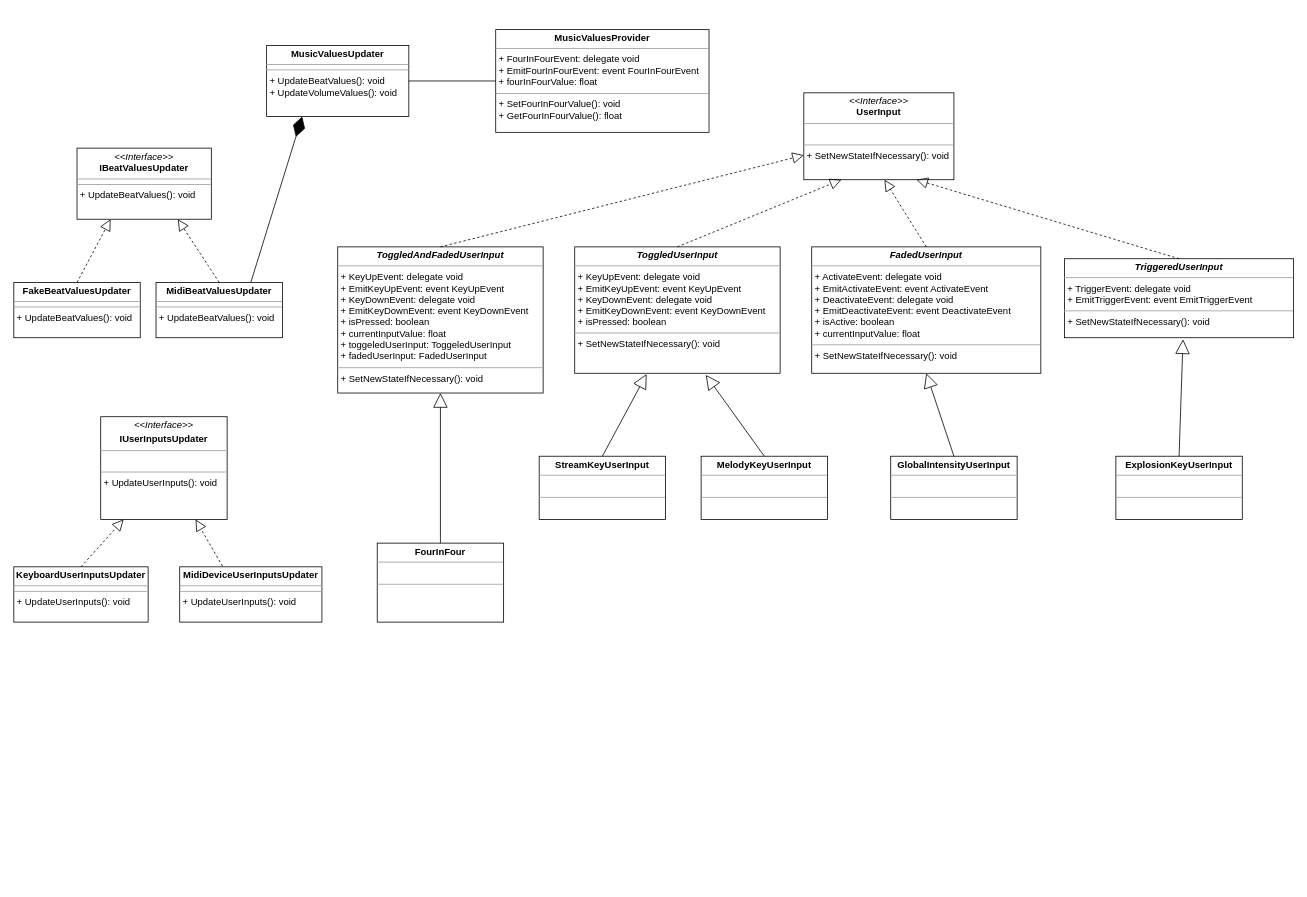
This is user_music_input_architecture.drawio from brogli/realtime-audioreactive-music-visualization, a draw.io file, before an edit. Source tidied: cells renumbered, new cells numbered last; positions are measured from the earlier drawing's top-left corner, leaving out a move shared by most shapes. Both pictures are drawn from the tidied source at 79%, with x=0, y=0 at pixel (13, 29).
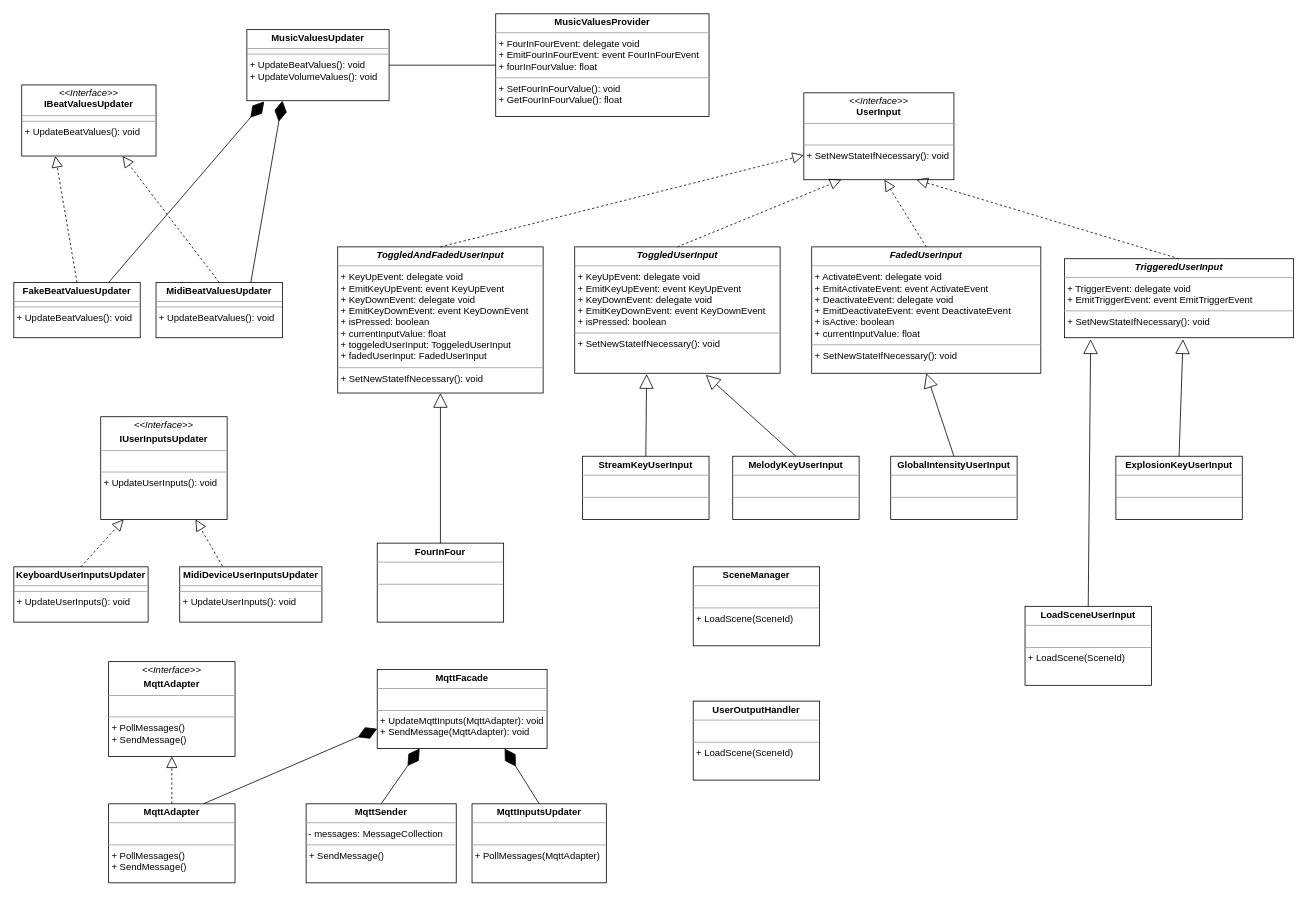
The same page after the edit.

The change refers to these unchanged cells:
```xml
<mxCell id="4" value="&lt;p style=&quot;margin: 0px ; margin-top: 4px ; text-align: center&quot;&gt;&lt;b&gt;FakeBeatValuesUpdater&lt;/b&gt;&lt;br&gt;&lt;/p&gt;&lt;hr size=&quot;1&quot;&gt;&lt;hr size=&quot;1&quot;&gt;&lt;p style=&quot;margin: 0px ; margin-left: 4px&quot;&gt;+ UpdateBeatValues(): void&lt;br&gt;&lt;/p&gt;" style="verticalAlign=top;align=left;overflow=fill;fontSize=12;fontFamily=Helvetica;html=1;" parent="1" vertex="1">
  <mxGeometry y="320" width="160" height="70" as="geometry" />
</mxCell>
<mxCell id="22" value="&lt;p style=&quot;margin: 0px ; margin-top: 4px ; text-align: center&quot;&gt;&lt;i&gt;&lt;b&gt;TriggeredUserInput&lt;/b&gt;&lt;/i&gt;&lt;/p&gt;&lt;hr size=&quot;1&quot;&gt;&lt;p style=&quot;margin: 0px ; margin-left: 4px&quot;&gt;+ TriggerEvent: delegate void&lt;/p&gt;&lt;p style=&quot;margin: 0px ; margin-left: 4px&quot;&gt;+ EmitTriggerEvent: event EmitTriggerEvent&lt;/p&gt;&lt;hr size=&quot;1&quot;&gt;&lt;p style=&quot;margin: 0px ; margin-left: 4px&quot;&gt;+ SetNewStateIfNecessary(): void&lt;br&gt;&lt;/p&gt;" style="verticalAlign=top;align=left;overflow=fill;fontSize=12;fontFamily=Helvetica;html=1;" parent="1" vertex="1">
  <mxGeometry x="1330" y="290" width="290" height="100" as="geometry" />
</mxCell>
```

Change to the diagram source:
```diff
@@
     <mxCell id="3" value="&lt;p style=&quot;margin: 0px ; margin-top: 4px ; text-align: center&quot;&gt;&lt;i&gt;&amp;lt;&amp;lt;Interface&amp;gt;&amp;gt;&lt;/i&gt;&lt;br&gt;&lt;b&gt;IBeatValuesUpdater&lt;/b&gt;&lt;/p&gt;&lt;hr size=&quot;1&quot;&gt;&lt;hr size=&quot;1&quot;&gt;&lt;p style=&quot;margin: 0px ; margin-left: 4px&quot;&gt;+ UpdateBeatValues(): void&lt;/p&gt;" style="verticalAlign=top;align=left;overflow=fill;fontSize=12;fontFamily=Helvetica;html=1;" parent="1" vertex="1">
-      <mxGeometry x="80" y="150" width="170" height="90" as="geometry" />
+      <mxGeometry x="10" y="70" width="170" height="90" as="geometry" />
     </mxCell>
@@
     <mxCell id="7" value="&lt;p style=&quot;margin: 0px ; margin-top: 4px ; text-align: center&quot;&gt;&lt;b&gt;MusicValuesUpdater&lt;/b&gt;&lt;br&gt;&lt;/p&gt;&lt;hr size=&quot;1&quot;&gt;&lt;hr size=&quot;1&quot;&gt;&lt;p style=&quot;margin: 0px ; margin-left: 4px&quot;&gt;+ UpdateBeatValues(): void&lt;/p&gt;&lt;p style=&quot;margin: 0px ; margin-left: 4px&quot;&gt;+ UpdateVolumeValues(): void&lt;/p&gt;" style="verticalAlign=top;align=left;overflow=fill;fontSize=12;fontFamily=Helvetica;html=1;" parent="1" vertex="1">
-      <mxGeometry x="320" y="20" width="180" height="90" as="geometry" />
+      <mxGeometry x="295" width="180" height="90" as="geometry" />
     </mxCell>
@@
     <mxCell id="9" value="&lt;p style=&quot;margin: 0px ; margin-top: 4px ; text-align: center&quot;&gt;&lt;b&gt;MusicValuesProvider&lt;/b&gt;&lt;/p&gt;&lt;hr size=&quot;1&quot;&gt;&lt;p style=&quot;margin: 0px ; margin-left: 4px&quot;&gt;+ FourInFourEvent: delegate void&lt;br&gt;&lt;/p&gt;&lt;p style=&quot;margin: 0px ; margin-left: 4px&quot;&gt;+ EmitFourInFourEvent: event FourInFourEvent&lt;br&gt;&lt;/p&gt;&lt;p style=&quot;margin: 0px ; margin-left: 4px&quot;&gt;+ fourInFourValue: float&lt;/p&gt;&lt;hr size=&quot;1&quot;&gt;&lt;p style=&quot;margin: 0px ; margin-left: 4px&quot;&gt;+ SetFourInFourValue(): void&lt;/p&gt;&lt;p style=&quot;margin: 0px ; margin-left: 4px&quot;&gt;+ GetFourInFourValue(): float&lt;/p&gt;" style="verticalAlign=top;align=left;overflow=fill;fontSize=12;fontFamily=Helvetica;html=1;" parent="1" vertex="1">
-      <mxGeometry x="610" width="270" height="130" as="geometry" />
+      <mxGeometry x="610" y="-20" width="270" height="130" as="geometry" />
     </mxCell>
@@
     <mxCell id="13" value="&lt;p style=&quot;margin: 0px ; margin-top: 4px ; text-align: center&quot;&gt;&lt;b&gt;MelodyKeyUserInput&lt;/b&gt;&lt;/p&gt;&lt;hr size=&quot;1&quot;&gt;&lt;p style=&quot;margin: 0px ; margin-left: 4px&quot;&gt;&lt;br&gt;&lt;/p&gt;&lt;hr size=&quot;1&quot;&gt;&lt;p style=&quot;margin: 0px ; margin-left: 4px&quot;&gt;&lt;br&gt;&lt;/p&gt;" style="verticalAlign=top;align=left;overflow=fill;fontSize=12;fontFamily=Helvetica;html=1;" parent="1" vertex="1">
-      <mxGeometry x="870" y="540" width="160" height="80" as="geometry" />
+      <mxGeometry x="910" y="540" width="160" height="80" as="geometry" />
     </mxCell>
@@
     <mxCell id="16" value="&lt;p style=&quot;margin: 0px ; margin-top: 4px ; text-align: center&quot;&gt;&lt;b&gt;StreamKeyUserInput&lt;/b&gt;&lt;/p&gt;&lt;hr size=&quot;1&quot;&gt;&lt;p style=&quot;margin: 0px ; margin-left: 4px&quot;&gt;&lt;br&gt;&lt;/p&gt;&lt;hr size=&quot;1&quot;&gt;&lt;p style=&quot;margin: 0px ; margin-left: 4px&quot;&gt;&lt;br&gt;&lt;/p&gt;" style="verticalAlign=top;align=left;overflow=fill;fontSize=12;fontFamily=Helvetica;html=1;" parent="1" vertex="1">
-      <mxGeometry x="665" y="540" width="160" height="80" as="geometry" />
+      <mxGeometry x="720" y="540" width="160" height="80" as="geometry" />
     </mxCell>
@@
+    <mxCell id="35" style="endArrow=diamondThin;endFill=1;endSize=24;html=1;exitX=0.75;exitY=0;exitDx=0;exitDy=0;entryX=0.122;entryY=1.011;entryDx=0;entryDy=0;entryPerimeter=0;" parent="1" edge="1" source="4" target="7">
+      <mxGeometry relative="1" as="geometry" />
+    </mxCell>
+    <mxCell id="36" value="&lt;p style=&quot;margin: 0px ; margin-top: 4px ; text-align: center&quot;&gt;&lt;b&gt;SceneManager&lt;/b&gt;&lt;/p&gt;&lt;hr size=&quot;1&quot;&gt;&lt;br&gt;&lt;hr size=&quot;1&quot;&gt;&lt;p style=&quot;margin: 0px ; margin-left: 4px&quot;&gt;+ LoadScene(SceneId)&lt;br&gt;&lt;/p&gt;" style="verticalAlign=top;align=left;overflow=fill;fontSize=12;fontFamily=Helvetica;html=1;" parent="1" vertex="1">
+      <mxGeometry x="860" y="680" width="160" height="100" as="geometry" />
+    </mxCell>
+    <mxCell id="37" value="&lt;p style=&quot;margin: 0px ; margin-top: 4px ; text-align: center&quot;&gt;&lt;b&gt;LoadSceneUserInput&lt;/b&gt;&lt;/p&gt;&lt;hr size=&quot;1&quot;&gt;&lt;br&gt;&lt;hr size=&quot;1&quot;&gt;&lt;p style=&quot;margin: 0px ; margin-left: 4px&quot;&gt;+ LoadScene(SceneId)&lt;br&gt;&lt;/p&gt;" style="verticalAlign=top;align=left;overflow=fill;fontSize=12;fontFamily=Helvetica;html=1;" parent="1" vertex="1">
+      <mxGeometry x="1280" y="730" width="160" height="100" as="geometry" />
+    </mxCell>
+    <mxCell id="38" value="Extends" style="endArrow=block;endSize=16;endFill=0;entryX=0.114;entryY=1.02;entryDx=0;entryDy=0;exitX=0.5;exitY=0;exitDx=0;exitDy=0;strokeColor=#000000;shadow=0;comic=0;textOpacity=0;fontColor=none;labelBackgroundColor=none;noLabel=1;entryPerimeter=0;" parent="1" edge="1" source="37" target="22">
+      <mxGeometry x="-0.05" relative="1" as="geometry" />
+    </mxCell>
+    <mxCell id="39" value="&lt;p style=&quot;margin: 0px ; margin-top: 4px ; text-align: center&quot;&gt;&lt;b&gt;MqttAdapter&lt;/b&gt;&lt;br&gt;&lt;/p&gt;&lt;hr size=&quot;1&quot;&gt;&lt;br&gt;&lt;hr size=&quot;1&quot;&gt;&lt;p style=&quot;margin: 0px ; margin-left: 4px&quot;&gt;+ PollMessages()&lt;/p&gt;&lt;p style=&quot;margin: 0px ; margin-left: 4px&quot;&gt;+ SendMessage()&lt;br&gt;&lt;/p&gt;" style="verticalAlign=top;align=left;overflow=fill;fontSize=12;fontFamily=Helvetica;html=1;" parent="1" vertex="1">
+      <mxGeometry x="120" y="980" width="160" height="100" as="geometry" />
+    </mxCell>
+    <mxCell id="40" value="&lt;p style=&quot;margin: 0px ; margin-top: 4px ; text-align: center&quot;&gt;&lt;b&gt;MqttFacade&lt;/b&gt;&lt;br&gt;&lt;/p&gt;&lt;hr size=&quot;1&quot;&gt;&lt;br&gt;&lt;hr size=&quot;1&quot;&gt;&lt;p style=&quot;margin: 0px ; margin-left: 4px&quot;&gt;+ UpdateMqttInputs(MqttAdapter): void&lt;br&gt;&lt;/p&gt;&lt;p style=&quot;margin: 0px ; margin-left: 4px&quot;&gt;+ SendMessage(MqttAdapter): void&lt;br&gt;&lt;/p&gt;" style="verticalAlign=top;align=left;overflow=fill;fontSize=12;fontFamily=Helvetica;html=1;" parent="1" vertex="1">
+      <mxGeometry x="460" y="810" width="215" height="100" as="geometry" />
+    </mxCell>
+    <mxCell id="41" value="&lt;p style=&quot;margin: 0px ; margin-top: 4px ; text-align: center&quot;&gt;&lt;b&gt;MqttInputsUpdater&lt;/b&gt;&lt;br&gt;&lt;/p&gt;&lt;hr size=&quot;1&quot;&gt;&lt;br&gt;&lt;hr size=&quot;1&quot;&gt;&lt;p style=&quot;margin: 0px ; margin-left: 4px&quot;&gt;+ PollMessages(MqttAdapter)&lt;/p&gt;" style="verticalAlign=top;align=left;overflow=fill;fontSize=12;fontFamily=Helvetica;html=1;" parent="1" vertex="1">
+      <mxGeometry x="580" y="980" width="170" height="100" as="geometry" />
+    </mxCell>
+    <mxCell id="42" value="&lt;p style=&quot;margin: 0px ; margin-top: 4px ; text-align: center&quot;&gt;&lt;i&gt;&amp;lt;&amp;lt;Interface&amp;gt;&amp;gt;&lt;/i&gt;&lt;b&gt;&lt;br&gt;&lt;/b&gt;&lt;/p&gt;&lt;p style=&quot;margin: 0px ; margin-top: 4px ; text-align: center&quot;&gt;&lt;b&gt;MqttAdapter&lt;/b&gt;&lt;br&gt;&lt;/p&gt;&lt;hr size=&quot;1&quot;&gt;&lt;br&gt;&lt;hr size=&quot;1&quot;&gt;&lt;p style=&quot;margin: 0px ; margin-left: 4px&quot;&gt;+ PollMessages()&lt;/p&gt;&lt;p style=&quot;margin: 0px ; margin-left: 4px&quot;&gt;+ SendMessage()&lt;br&gt;&lt;/p&gt;" style="verticalAlign=top;align=left;overflow=fill;fontSize=12;fontFamily=Helvetica;html=1;" parent="1" vertex="1">
+      <mxGeometry x="120" y="800" width="160" height="120" as="geometry" />
+    </mxCell>
+    <mxCell id="43" style="endArrow=block;dashed=1;endFill=0;endSize=12;html=1;entryX=0.5;entryY=1;entryDx=0;entryDy=0;exitX=0.5;exitY=0;exitDx=0;exitDy=0;" parent="1" edge="1" source="39" target="42">
+      <mxGeometry relative="1" as="geometry" />
+    </mxCell>
+    <mxCell id="44" value="&lt;p style=&quot;margin: 0px ; margin-top: 4px ; text-align: center&quot;&gt;&lt;b&gt;MqttSender&lt;/b&gt;&lt;br&gt;&lt;/p&gt;&lt;hr size=&quot;1&quot;&gt;&lt;div&gt;&amp;nbsp;- messages: MessageCollection &lt;br&gt;&lt;/div&gt;&lt;hr size=&quot;1&quot;&gt;&lt;p style=&quot;margin: 0px ; margin-left: 4px&quot;&gt;+ SendMessage()&lt;br&gt;&lt;/p&gt;" style="verticalAlign=top;align=left;overflow=fill;fontSize=12;fontFamily=Helvetica;html=1;" parent="1" vertex="1">
+      <mxGeometry x="370" y="980" width="190" height="100" as="geometry" />
+    </mxCell>
+    <mxCell id="45" style="endArrow=diamondThin;endFill=1;endSize=24;html=1;entryX=0.25;entryY=1;entryDx=0;entryDy=0;exitX=0.5;exitY=0;exitDx=0;exitDy=0;" parent="1" edge="1" source="44" target="40">
+      <mxGeometry relative="1" as="geometry" />
+    </mxCell>
+    <mxCell id="46" style="endArrow=diamondThin;endFill=1;endSize=24;html=1;entryX=0.75;entryY=1;entryDx=0;entryDy=0;exitX=0.5;exitY=0;exitDx=0;exitDy=0;" parent="1" edge="1" source="41" target="40">
+      <mxGeometry relative="1" as="geometry" />
+    </mxCell>
+    <mxCell id="47" style="endArrow=diamondThin;endFill=1;endSize=24;html=1;entryX=0;entryY=0.75;entryDx=0;entryDy=0;exitX=0.75;exitY=0;exitDx=0;exitDy=0;" parent="1" edge="1" source="39" target="40">
+      <mxGeometry relative="1" as="geometry" />
+    </mxCell>
+    <mxCell id="48" value="&lt;p style=&quot;margin: 0px ; margin-top: 4px ; text-align: center&quot;&gt;&lt;b&gt;UserOutputHandler&lt;/b&gt;&lt;/p&gt;&lt;hr size=&quot;1&quot;&gt;&lt;br&gt;&lt;hr size=&quot;1&quot;&gt;&lt;p style=&quot;margin: 0px ; margin-left: 4px&quot;&gt;+ LoadScene(SceneId)&lt;br&gt;&lt;/p&gt;" style="verticalAlign=top;align=left;overflow=fill;fontSize=12;fontFamily=Helvetica;html=1;" parent="1" vertex="1">
+      <mxGeometry x="860" y="850" width="160" height="100" as="geometry" />
+    </mxCell>
```
